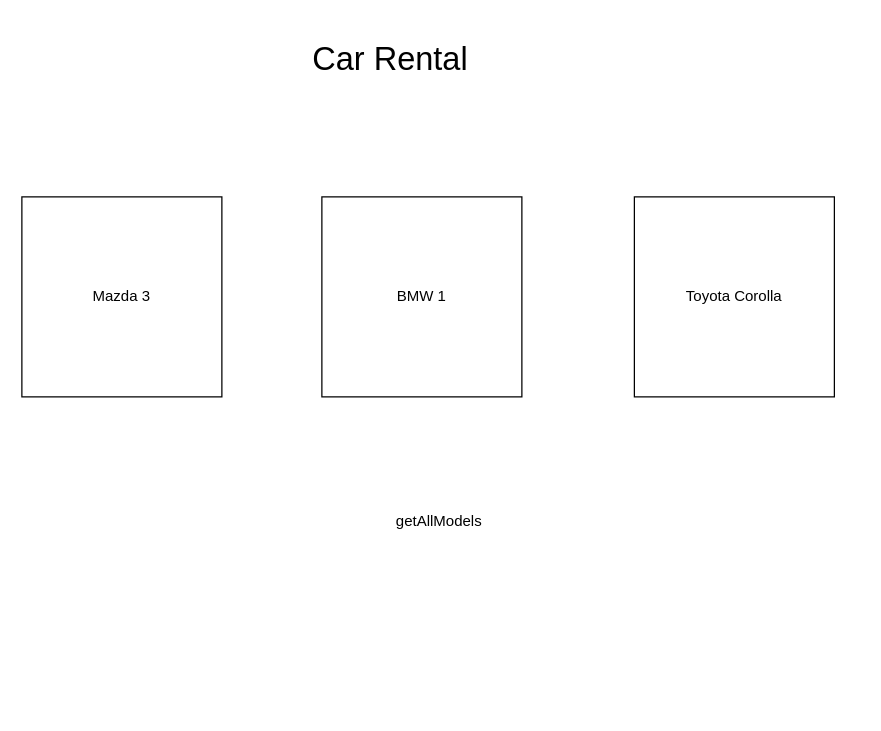
sebek9/projectBackend keeps this draw.io diagram as page "mainPage" (1 of 11) of Untitled Diagram.drawio. Above is the earlier version. Source tidied: cells renumbered, new cells numbered last; positions are measured from the earlier drawing's top-left corner, leaving out a move shared by most shapes. Both pictures are drawn from the tidied source at 125%, with x=0, y=0 at pixel (21, 21).
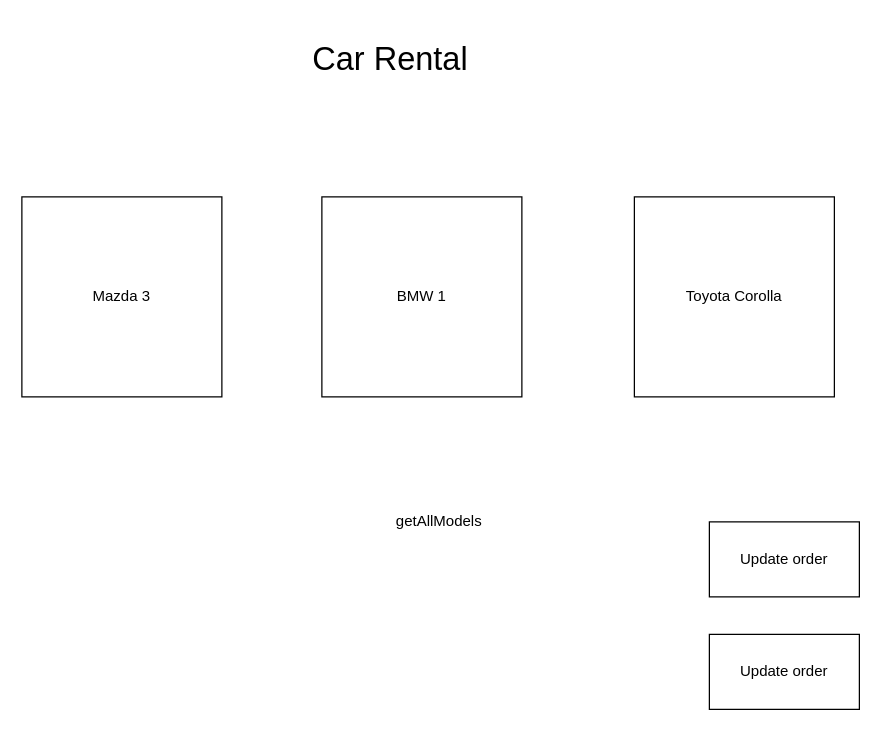
The same page after the edit.

What changed in the source:
```diff
@@
 <mxGraphModel>
   <root>
     <mxCell id="0" />
     <mxCell id="1" parent="0" />
     <mxCell id="2" value="Mazda 3" style="whiteSpace=wrap;html=1;" parent="1" vertex="1">
       <mxGeometry y="140" width="160" height="160" as="geometry" />
     </mxCell>
     <mxCell id="3" value="&lt;font style=&quot;font-size: 26px&quot;&gt;Car Rental&lt;/font&gt;" style="text;html=1;strokeColor=none;fillColor=none;align=center;verticalAlign=middle;whiteSpace=wrap;rounded=0;" parent="1" vertex="1">
       <mxGeometry x="20" width="550" height="60" as="geometry" />
     </mxCell>
     <mxCell id="4" value="BMW 1" style="whiteSpace=wrap;html=1;" parent="1" vertex="1">
       <mxGeometry x="240" y="140" width="160" height="160" as="geometry" />
     </mxCell>
     <mxCell id="5" value="Toyota Corolla" style="whiteSpace=wrap;html=1;" parent="1" vertex="1">
       <mxGeometry x="490" y="140" width="160" height="160" as="geometry" />
     </mxCell>
     <mxCell id="6" value="getAllModels" style="text;html=1;strokeColor=none;fillColor=none;align=center;verticalAlign=middle;whiteSpace=wrap;rounded=0;" parent="1" vertex="1">
       <mxGeometry x="204" y="380" width="260" height="40" as="geometry" />
     </mxCell>
+    <mxCell id="7" value="Update order" style="rounded=0;whiteSpace=wrap;html=1;" parent="1" vertex="1">
+      <mxGeometry x="550" y="400" width="120" height="60" as="geometry" />
+    </mxCell>
+    <mxCell id="8" value="Update order" style="rounded=0;whiteSpace=wrap;html=1;" parent="1" vertex="1">
+      <mxGeometry x="550" y="490" width="120" height="60" as="geometry" />
+    </mxCell>
   </root>
 </mxGraphModel>
```
